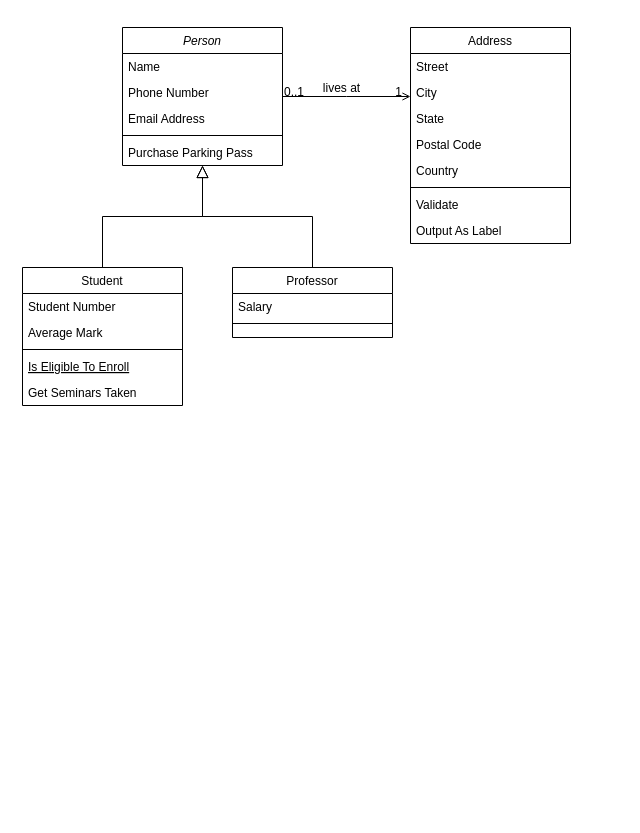
The draw.io diagram design/class/Untitled Diagram.drawio in g2brim/kursova, before the edit. Source tidied: cells renumbered, new cells numbered last; positions are measured from the earlier drawing's top-left corner, leaving out a move shared by most shapes. Both pictures are drawn from the tidied source at 100%, with x=0, y=0 at pixel (22, 27).
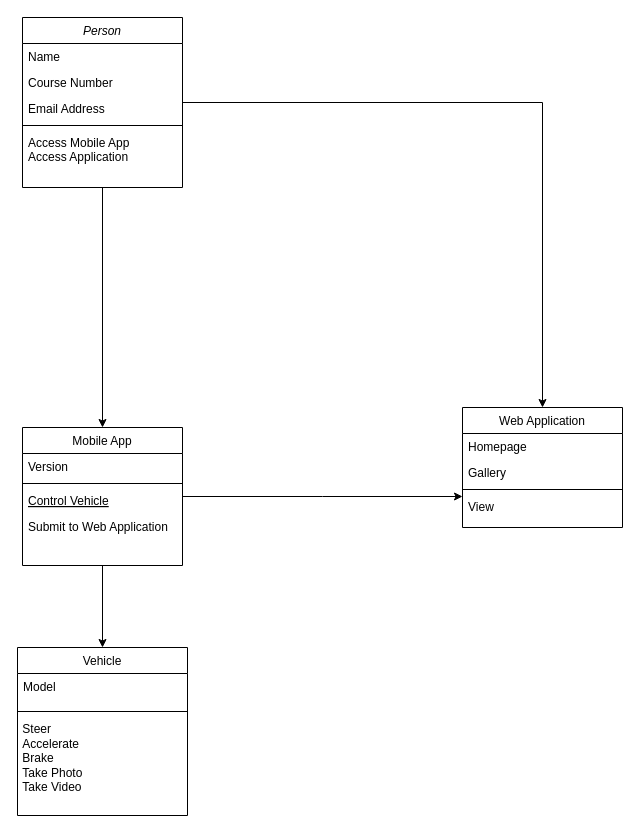
Above is the later version.

Change to the diagram source:
```diff
@@
+    <mxCell id="32" style="edgeStyle=orthogonalEdgeStyle;rounded=0;jettySize=auto;html=1;" parent="1" edge="1" source="2" target="8">
+      <mxGeometry relative="1" as="geometry" />
+    </mxCell>
+    <mxCell id="28" style="edgeStyle=orthogonalEdgeStyle;rounded=0;jettySize=auto;html=1;entryX=0.5;entryY=0;entryDx=0;entryDy=0;" parent="1" edge="1" source="2" target="19">
+      <mxGeometry relative="1" as="geometry" />
+    </mxCell>
     <mxCell id="2" value="Person" style="swimlane;fontStyle=2;align=center;verticalAlign=top;horizontal=1;startSize=26;rounded=0;shadow=0;strokeWidth=1;" parent="1" vertex="1">
-      <mxGeometry x="100" width="160" height="138" as="geometry" />
+      <mxGeometry y="-10" width="160" height="170" as="geometry" />
     </mxCell>
@@
-    <mxCell id="4" value="Phone Number" style="text;align=left;verticalAlign=top;spacingLeft=4;spacingRight=4;overflow=hidden;rounded=0;shadow=0;html=0;" parent="2" vertex="1">
+    <mxCell id="4" value="Course Number" style="text;align=left;verticalAlign=top;spacingLeft=4;spacingRight=4;overflow=hidden;rounded=0;shadow=0;html=0;" parent="2" vertex="1">
       <mxGeometry y="52" width="160" height="26" as="geometry" />
     </mxCell>
@@
-    <mxCell id="7" value="Purchase Parking Pass" style="text;align=left;verticalAlign=top;spacingLeft=4;spacingRight=4;overflow=hidden;" parent="2" vertex="1">
-      <mxGeometry y="112" width="160" height="26" as="geometry" />
+    <mxCell id="7" value="Access Mobile App&#10;Access Application" style="text;align=left;verticalAlign=top;spacingLeft=4;spacingRight=4;overflow=hidden;" parent="2" vertex="1">
+      <mxGeometry y="112" width="160" height="58" as="geometry" />
     </mxCell>
+    <mxCell id="33" style="edgeStyle=orthogonalEdgeStyle;rounded=0;jettySize=auto;html=1;" parent="1" edge="1" source="8" target="15">
+      <mxGeometry relative="1" as="geometry" />
+    </mxCell>
+    <mxCell id="34" style="edgeStyle=orthogonalEdgeStyle;rounded=0;jettySize=auto;html=1;" parent="1" edge="1" source="8">
+      <mxGeometry relative="1" as="geometry">
+        <mxPoint x="440" y="469" as="targetPoint" />
+      </mxGeometry>
+    </mxCell>
-    <mxCell id="8" value="Student" style="swimlane;fontStyle=0;align=center;verticalAlign=top;horizontal=1;startSize=26;rounded=0;shadow=0;strokeWidth=1;" parent="1" vertex="1">
-      <mxGeometry y="240" width="160" height="138" as="geometry" />
+    <mxCell id="8" value="Mobile App" style="swimlane;fontStyle=0;align=center;verticalAlign=top;horizontal=1;startSize=26;rounded=0;shadow=0;strokeWidth=1;" parent="1" vertex="1">
+      <mxGeometry y="400" width="160" height="138" as="geometry" />
     </mxCell>
-    <mxCell id="9" value="Student Number" style="text;align=left;verticalAlign=top;spacingLeft=4;spacingRight=4;overflow=hidden;" parent="8" vertex="1">
+    <mxCell id="9" value="Version" style="text;align=left;verticalAlign=top;spacingLeft=4;spacingRight=4;overflow=hidden;" parent="8" vertex="1">
       <mxGeometry y="26" width="160" height="26" as="geometry" />
     </mxCell>
-    <mxCell id="10" value="Average Mark" style="text;align=left;verticalAlign=top;spacingLeft=4;spacingRight=4;overflow=hidden;rounded=0;shadow=0;html=0;" parent="8" vertex="1">
-      <mxGeometry y="52" width="160" height="26" as="geometry" />
-    </mxCell>
     <mxCell id="11" style="line;html=1;strokeWidth=1;align=left;verticalAlign=middle;spacingTop=-1;spacingLeft=3;spacingRight=3;labelPosition=right;" parent="8" vertex="1">
-      <mxGeometry y="78" width="160" height="8" as="geometry" />
+      <mxGeometry y="52" width="160" height="8" as="geometry" />
     </mxCell>
-    <mxCell id="12" value="Is Eligible To Enroll" style="text;align=left;verticalAlign=top;spacingLeft=4;spacingRight=4;overflow=hidden;fontStyle=4;" parent="8" vertex="1">
-      <mxGeometry y="86" width="160" height="26" as="geometry" />
+    <mxCell id="12" value="Control Vehicle&#10;" style="text;align=left;verticalAlign=top;spacingLeft=4;spacingRight=4;overflow=hidden;fontStyle=4;" parent="8" vertex="1">
+      <mxGeometry y="60" width="160" height="26" as="geometry" />
     </mxCell>
-    <mxCell id="13" value="Get Seminars Taken" style="text;align=left;verticalAlign=top;spacingLeft=4;spacingRight=4;overflow=hidden;" parent="8" vertex="1">
-      <mxGeometry y="112" width="160" height="26" as="geometry" />
+    <mxCell id="13" value="Submit to Web Application" style="text;align=left;verticalAlign=top;spacingLeft=4;spacingRight=4;overflow=hidden;" parent="8" vertex="1">
+      <mxGeometry y="86" width="160" height="26" as="geometry" />
     </mxCell>
-    <mxCell id="14" style="endArrow=block;endSize=10;endFill=0;shadow=0;strokeWidth=1;rounded=0;edgeStyle=elbowEdgeStyle;elbow=vertical;" parent="1" edge="1" source="8" target="2">
-      <mxGeometry relative="1" as="geometry" />
-    </mxCell>
-    <mxCell id="15" value="Professor" style="swimlane;fontStyle=0;align=center;verticalAlign=top;horizontal=1;startSize=26;rounded=0;shadow=0;strokeWidth=1;" parent="1" vertex="1">
-      <mxGeometry x="210" y="240" width="160" height="70" as="geometry" />
+    <mxCell id="15" value="Vehicle" style="swimlane;fontStyle=0;align=center;verticalAlign=top;horizontal=1;startSize=26;rounded=0;shadow=0;strokeWidth=1;" parent="1" vertex="1">
+      <mxGeometry x="-5" y="620" width="170" height="168" as="geometry" />
     </mxCell>
-    <mxCell id="16" value="Salary" style="text;align=left;verticalAlign=top;spacingLeft=4;spacingRight=4;overflow=hidden;" parent="15" vertex="1">
-      <mxGeometry y="26" width="160" height="26" as="geometry" />
+    <mxCell id="16" value="Model&#10;" style="text;align=left;verticalAlign=top;spacingLeft=4;spacingRight=4;overflow=hidden;" parent="15" vertex="1">
+      <mxGeometry y="26" width="170" height="34" as="geometry" />
     </mxCell>
     <mxCell id="17" style="line;html=1;strokeWidth=1;align=left;verticalAlign=middle;spacingTop=-1;spacingLeft=3;spacingRight=3;labelPosition=right;" parent="15" vertex="1">
-      <mxGeometry y="52" width="160" height="8" as="geometry" />
+      <mxGeometry y="60" width="170" height="8" as="geometry" />
     </mxCell>
-    <mxCell id="18" style="endArrow=block;endSize=10;endFill=0;shadow=0;strokeWidth=1;rounded=0;edgeStyle=elbowEdgeStyle;elbow=vertical;" parent="1" edge="1" source="15" target="2">
-      <mxGeometry relative="1" as="geometry" />
-    </mxCell>
+    <mxCell id="35" value="&amp;nbsp;Steer&lt;br&gt;&amp;nbsp;Accelerate&lt;br&gt;&amp;nbsp;Brake&lt;br&gt;&amp;nbsp;Take Photo&lt;br&gt;&amp;nbsp;Take Video&lt;br&gt;&amp;nbsp;" style="text;html=1;align=left;verticalAlign=middle;strokeColor=none;fillColor=none;" parent="15" vertex="1">
+      <mxGeometry y="68" width="170" height="100" as="geometry" />
+    </mxCell>
-    <mxCell id="19" value="Address" style="swimlane;fontStyle=0;align=center;verticalAlign=top;horizontal=1;startSize=26;rounded=0;shadow=0;strokeWidth=1;" parent="1" vertex="1">
-      <mxGeometry x="388" width="160" height="216" as="geometry" />
+    <mxCell id="19" value="Web Application" style="swimlane;fontStyle=0;align=center;verticalAlign=top;horizontal=1;startSize=26;rounded=0;shadow=0;strokeWidth=1;" parent="1" vertex="1">
+      <mxGeometry x="440" y="380" width="160" height="120" as="geometry" />
     </mxCell>
-    <mxCell id="20" value="Street" style="text;align=left;verticalAlign=top;spacingLeft=4;spacingRight=4;overflow=hidden;" parent="19" vertex="1">
+    <mxCell id="20" value="Homepage&#10;&#10;" style="text;align=left;verticalAlign=top;spacingLeft=4;spacingRight=4;overflow=hidden;" parent="19" vertex="1">
       <mxGeometry y="26" width="160" height="26" as="geometry" />
     </mxCell>
-    <mxCell id="21" value="City" style="text;align=left;verticalAlign=top;spacingLeft=4;spacingRight=4;overflow=hidden;rounded=0;shadow=0;html=0;" parent="19" vertex="1">
+    <mxCell id="21" value="Gallery" style="text;align=left;verticalAlign=top;spacingLeft=4;spacingRight=4;overflow=hidden;rounded=0;shadow=0;html=0;" parent="19" vertex="1">
       <mxGeometry y="52" width="160" height="26" as="geometry" />
     </mxCell>
-    <mxCell id="22" value="State" style="text;align=left;verticalAlign=top;spacingLeft=4;spacingRight=4;overflow=hidden;rounded=0;shadow=0;html=0;" parent="19" vertex="1">
-      <mxGeometry y="78" width="160" height="26" as="geometry" />
-    </mxCell>
-    <mxCell id="23" value="Postal Code" style="text;align=left;verticalAlign=top;spacingLeft=4;spacingRight=4;overflow=hidden;rounded=0;shadow=0;html=0;" parent="19" vertex="1">
-      <mxGeometry y="104" width="160" height="26" as="geometry" />
-    </mxCell>
-    <mxCell id="24" value="Country" style="text;align=left;verticalAlign=top;spacingLeft=4;spacingRight=4;overflow=hidden;rounded=0;shadow=0;html=0;" parent="19" vertex="1">
-      <mxGeometry y="130" width="160" height="26" as="geometry" />
-    </mxCell>
     <mxCell id="25" style="line;html=1;strokeWidth=1;align=left;verticalAlign=middle;spacingTop=-1;spacingLeft=3;spacingRight=3;labelPosition=right;" parent="19" vertex="1">
-      <mxGeometry y="156" width="160" height="8" as="geometry" />
+      <mxGeometry y="78" width="160" height="8" as="geometry" />
     </mxCell>
-    <mxCell id="26" value="Validate" style="text;align=left;verticalAlign=top;spacingLeft=4;spacingRight=4;overflow=hidden;" parent="19" vertex="1">
-      <mxGeometry y="164" width="160" height="26" as="geometry" />
+    <mxCell id="26" value="View" style="text;align=left;verticalAlign=top;spacingLeft=4;spacingRight=4;overflow=hidden;" parent="19" vertex="1">
+      <mxGeometry y="86" width="160" height="26" as="geometry" />
     </mxCell>
-    <mxCell id="27" value="Output As Label" style="text;align=left;verticalAlign=top;spacingLeft=4;spacingRight=4;overflow=hidden;" parent="19" vertex="1">
-      <mxGeometry y="190" width="160" height="26" as="geometry" />
-    </mxCell>
-    <mxCell id="28" style="endArrow=open;shadow=0;strokeWidth=1;rounded=0;endFill=1;edgeStyle=elbowEdgeStyle;elbow=vertical;" parent="1" edge="1" source="2" target="19">
-      <mxGeometry x="0.5" y="41" relative="1" as="geometry">
-        <mxPoint x="-40" y="32" as="offset" />
-      </mxGeometry>
-    </mxCell>
-    <mxCell id="29" value="0..1" style="align=left;verticalAlign=bottom;labelBackgroundColor=none;fontSize=12;" parent="28" vertex="1">
-      <mxGeometry x="-1" relative="1" as="geometry">
-        <mxPoint y="4" as="offset" />
-      </mxGeometry>
-    </mxCell>
-    <mxCell id="30" value="1" style="align=right;verticalAlign=bottom;labelBackgroundColor=none;fontSize=12;" parent="28" vertex="1">
-      <mxGeometry x="1" relative="1" as="geometry">
-        <mxPoint x="-7" y="4" as="offset" />
-      </mxGeometry>
-    </mxCell>
-    <mxCell id="31" value="lives at" style="text;html=1;align=center;verticalAlign=middle;labelBackgroundColor=none;rounded=0;shadow=0;strokeWidth=1;fontSize=12;" parent="28" vertex="1">
-      <mxGeometry x="0.5" y="49" relative="1" as="geometry">
-        <mxPoint x="-38" y="40" as="offset" />
-      </mxGeometry>
-    </mxCell>
```
